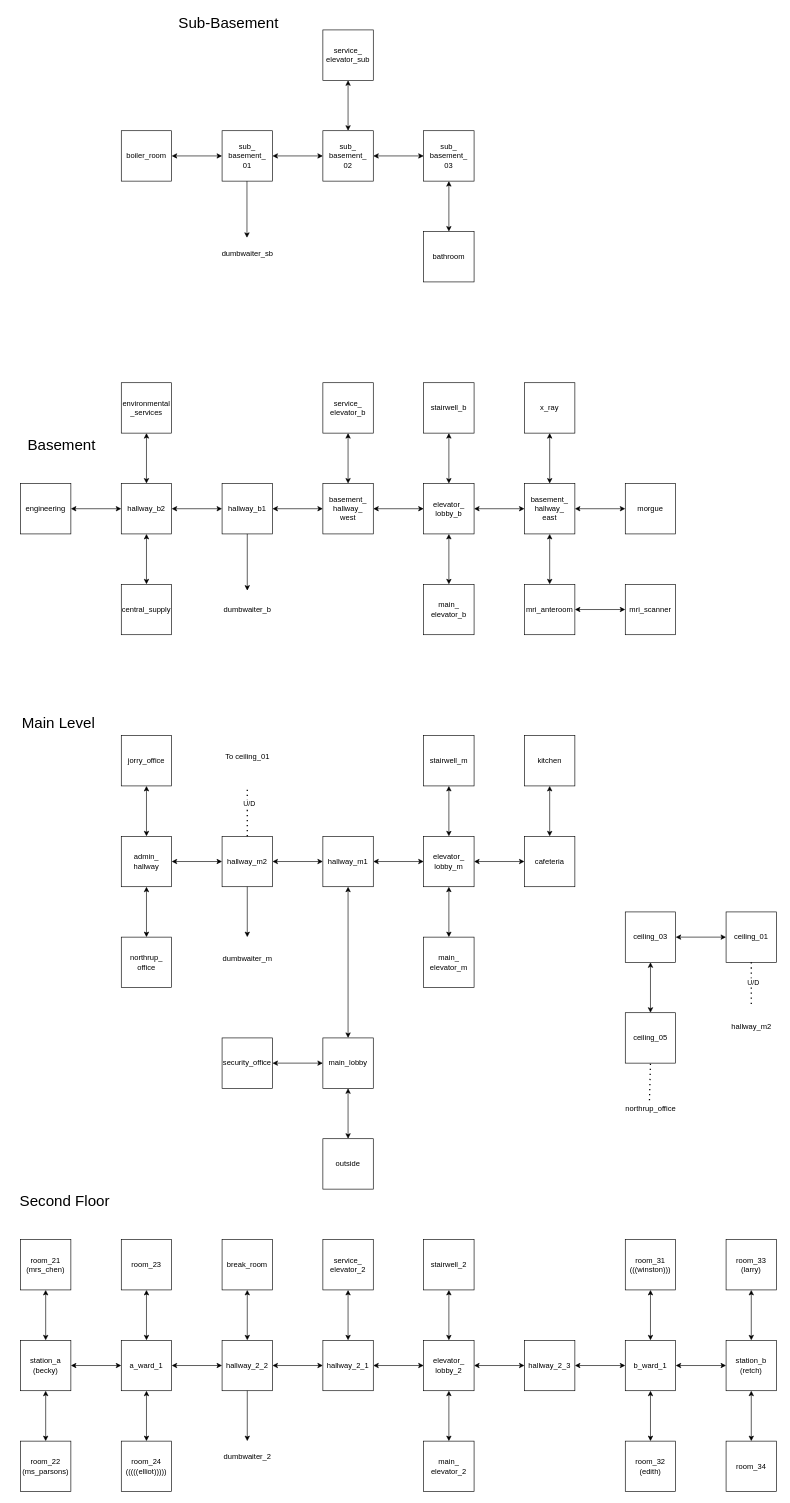
Above: asterix.drawio in cfmoorz2/Puny-Asterix (draw.io), before the change. Source tidied: cells renumbered, new cells numbered last; positions are measured from the earlier drawing's top-left corner, leaving out a move shared by most shapes. Both pictures are drawn from the tidied source at 63%, with x=0, y=0 at pixel (11, 11).
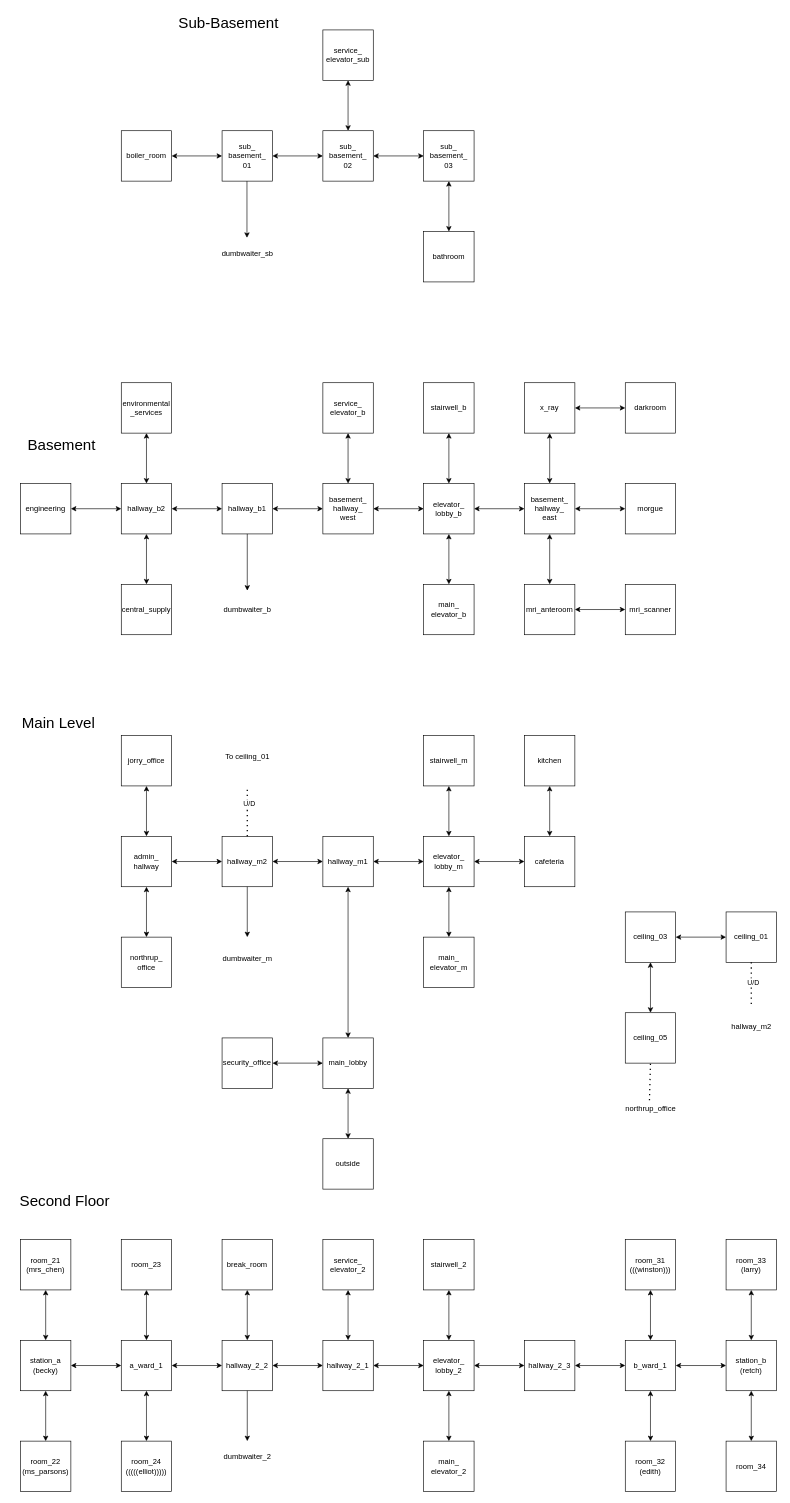
The same diagram, later.

Commit message (it also covers changes not shown here):
darkroom and flashlight redo

Unchanged cells that the change refers to:
```xml
<mxCell id="70" value="x_ray" style="whiteSpace=wrap;html=1;" parent="1" vertex="1">
  <mxGeometry x="815" y="590" width="80" height="80" as="geometry" />
</mxCell>
```

The edit, as a diff of the source:
```diff
@@
+    <mxCell id="131" value="darkroom" style="whiteSpace=wrap;html=1;" parent="1" vertex="1">
+      <mxGeometry x="975" y="590" width="80" height="80" as="geometry" />
+    </mxCell>
+    <mxCell id="132" style="endArrow=classic;startArrow=classic;html=1;rounded=0;exitX=1;exitY=0.5;exitDx=0;exitDy=0;entryX=0;entryY=0.5;entryDx=0;entryDy=0;" parent="1" edge="1" source="70" target="131">
+      <mxGeometry relative="1" as="geometry" />
+    </mxCell>
```
